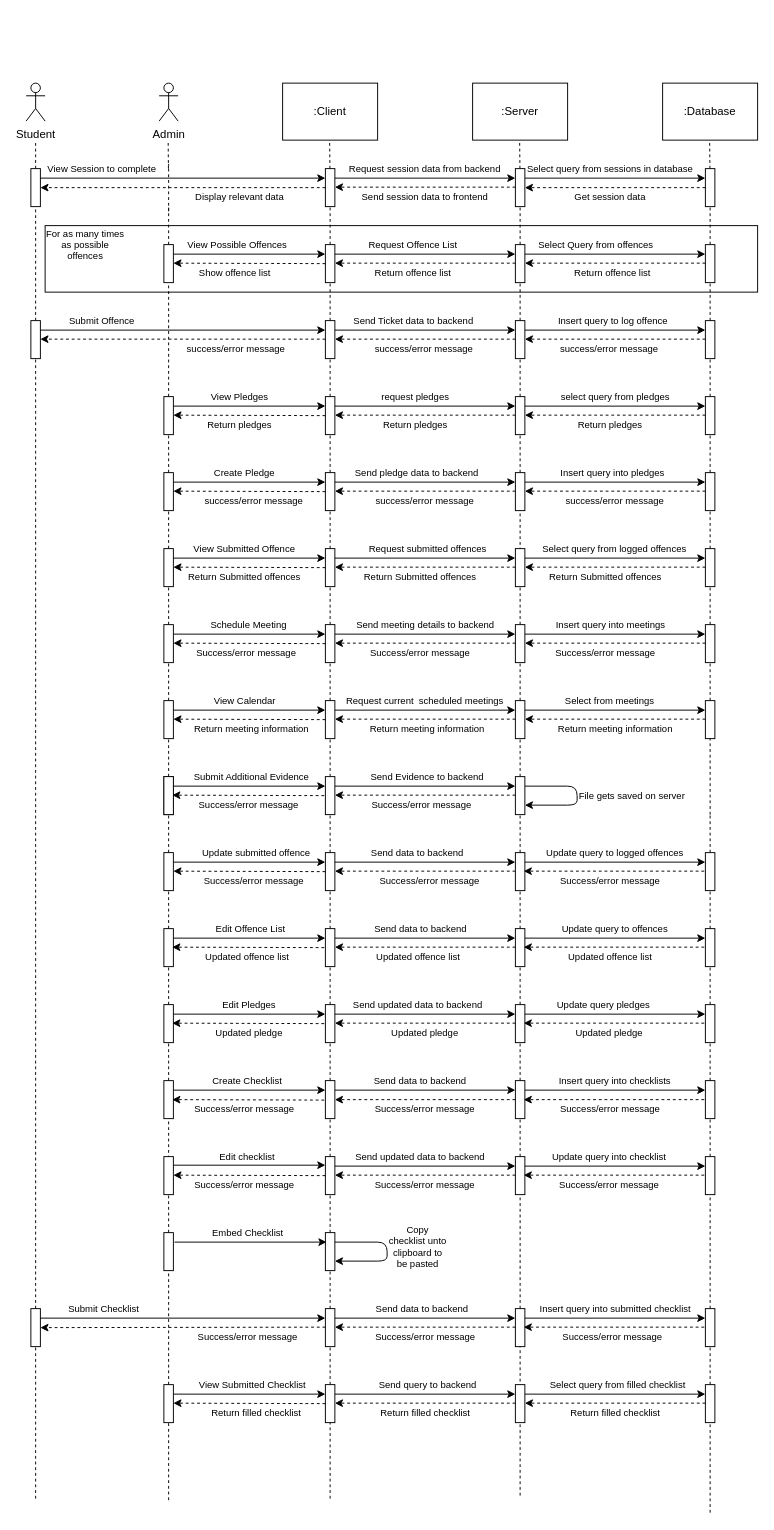
This is page "Sequence" (4 of 6) of ArchitectureDiagram.drawio from OOPS-2022/student_support_system, a draw.io file, before an edit. Source tidied: cells renumbered, new cells numbered last; positions are measured from the earlier drawing's top-left corner, leaving out a move shared by most shapes. Both pictures are drawn from the tidied source at 95%, with x=0, y=0 at pixel (26, 83).
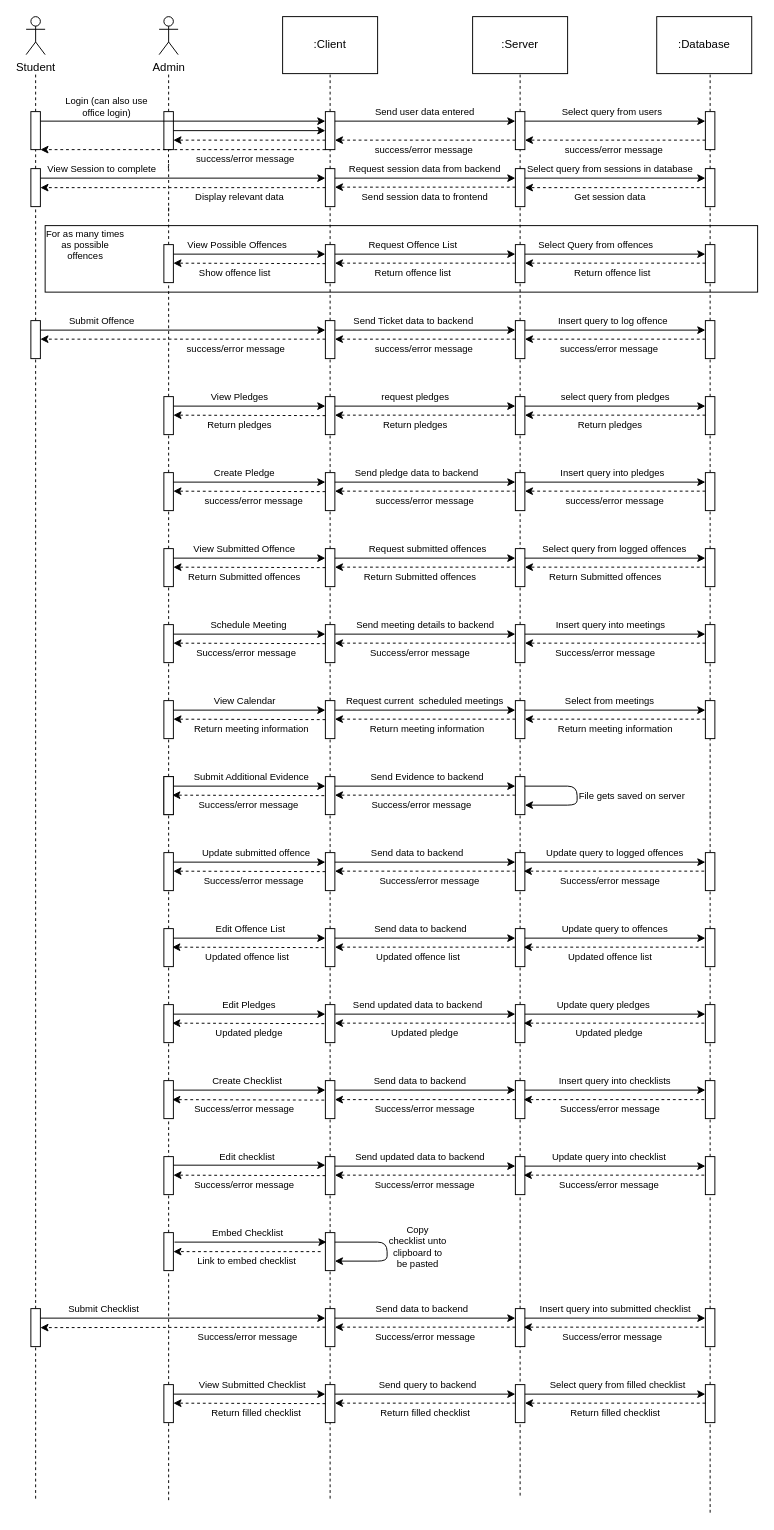
The same diagram, later.

Unchanged cells that the change refers to:
```xml
<mxCell id="13" style="rounded=0;whiteSpace=wrap;html=1;" parent="1" vertex="1">
  <mxGeometry x="5" y="90" width="10" height="40" as="geometry" />
</mxCell>
<mxCell id="16" style="rounded=0;whiteSpace=wrap;html=1;" parent="1" vertex="1">
  <mxGeometry x="315" y="90" width="10" height="40" as="geometry" />
</mxCell>
<mxCell id="18" style="rounded=0;whiteSpace=wrap;html=1;" parent="1" vertex="1">
  <mxGeometry x="515" y="90" width="10" height="40" as="geometry" />
</mxCell>
<mxCell id="20" style="rounded=0;whiteSpace=wrap;html=1;" parent="1" vertex="1">
  <mxGeometry x="715" y="90" width="10" height="40" as="geometry" />
</mxCell>
<mxCell id="292" style="rounded=0;whiteSpace=wrap;html=1;" parent="1" vertex="1">
  <mxGeometry x="145" y="1210" width="10" height="40" as="geometry" />
</mxCell>
```

What changed in the source:
```diff
@@
     <mxCell id="3" value="Student" style="shape=umlActor;verticalLabelPosition=bottom;verticalAlign=top;html=1;" parent="1" vertex="1">
-      <mxGeometry width="20" height="40" as="geometry" />
+      <mxGeometry y="-70" width="20" height="40" as="geometry" />
     </mxCell>
     <mxCell id="4" value="Admin" style="shape=umlActor;verticalLabelPosition=bottom;verticalAlign=top;html=1;" parent="1" vertex="1">
-      <mxGeometry x="140" width="20" height="40" as="geometry" />
+      <mxGeometry x="140" y="-70" width="20" height="40" as="geometry" />
     </mxCell>
     <mxCell id="5" value=":Client" style="rounded=0;whiteSpace=wrap;html=1;" parent="1" vertex="1">
-      <mxGeometry x="270" width="100" height="60" as="geometry" />
+      <mxGeometry x="270" y="-70" width="100" height="60" as="geometry" />
     </mxCell>
     <mxCell id="6" value=":Server" style="rounded=0;whiteSpace=wrap;html=1;" parent="1" vertex="1">
-      <mxGeometry x="470" width="100" height="60" as="geometry" />
+      <mxGeometry x="470" y="-70" width="100" height="60" as="geometry" />
     </mxCell>
     <mxCell id="7" value=":Database" style="rounded=0;whiteSpace=wrap;html=1;" parent="1" vertex="1">
-      <mxGeometry x="670" width="100" height="60" as="geometry" />
+      <mxGeometry x="663.8" y="-70" width="100" height="60" as="geometry" />
     </mxCell>
-    <mxCell id="8" style="endArrow=none;dashed=1;html=1;" parent="1" edge="1" source="13">
+    <mxCell id="8" style="endArrow=none;dashed=1;html=1;" parent="1" edge="1" source="342">
       <mxGeometry relative="1" as="geometry">
-        <mxPoint x="10" y="60" as="targetPoint" />
+        <mxPoint x="10" y="-10" as="targetPoint" />
       </mxGeometry>
     </mxCell>
-    <mxCell id="9" style="endArrow=none;dashed=1;html=1;" parent="1" edge="1">
+    <mxCell id="9" style="endArrow=none;dashed=1;html=1;" parent="1" edge="1" source="344">
       <mxGeometry relative="1" as="geometry">
-        <mxPoint x="149.8" y="90" as="sourcePoint" />
-        <mxPoint x="149.5" y="60" as="targetPoint" />
+        <mxPoint x="150" y="-10" as="targetPoint" />
       </mxGeometry>
     </mxCell>
-    <mxCell id="10" style="endArrow=none;dashed=1;html=1;" parent="1" edge="1" source="16">
+    <mxCell id="10" style="endArrow=none;dashed=1;html=1;" parent="1" edge="1" source="346">
       <mxGeometry relative="1" as="geometry">
-        <mxPoint x="319.5" y="60" as="targetPoint" />
+        <mxPoint x="320" y="-10" as="targetPoint" />
       </mxGeometry>
     </mxCell>
-    <mxCell id="11" style="endArrow=none;dashed=1;html=1;" parent="1" edge="1" source="18">
+    <mxCell id="11" style="endArrow=none;dashed=1;html=1;" parent="1" edge="1" source="348">
       <mxGeometry relative="1" as="geometry">
-        <mxPoint x="519.5" y="60" as="targetPoint" />
+        <mxPoint x="520" y="-10" as="targetPoint" />
       </mxGeometry>
     </mxCell>
-    <mxCell id="12" style="endArrow=none;dashed=1;html=1;" parent="1" edge="1" source="20">
+    <mxCell id="12" style="endArrow=none;dashed=1;html=1;" parent="1" edge="1" source="350">
       <mxGeometry relative="1" as="geometry">
-        <mxPoint x="719.5" y="60" as="targetPoint" />
+        <mxPoint x="720" y="-10" as="targetPoint" />
       </mxGeometry>
     </mxCell>
@@
+    <mxCell id="340" style="endArrow=classic;html=1;fontSize=10;entryX=1;entryY=0.5;entryDx=0;entryDy=0;dashed=1;" parent="1" edge="1" target="292">
+      <mxGeometry relative="1" as="geometry">
+        <mxPoint x="310" y="1230" as="sourcePoint" />
+      </mxGeometry>
+    </mxCell>
+    <mxCell id="341" value="Link to embed checklist" style="text;html=1;strokeColor=none;fillColor=none;align=center;verticalAlign=middle;whiteSpace=wrap;rounded=0;fontSize=10;" parent="1" vertex="1">
+      <mxGeometry x="176.2" y="1230" width="112.5" height="20" as="geometry" />
+    </mxCell>
+    <mxCell id="342" style="rounded=0;whiteSpace=wrap;html=1;" parent="1" vertex="1">
+      <mxGeometry x="5" y="30" width="10" height="40" as="geometry" />
+    </mxCell>
+    <mxCell id="343" style="endArrow=none;dashed=1;html=1;" parent="1" edge="1" source="13" target="342">
+      <mxGeometry relative="1" as="geometry" />
+    </mxCell>
+    <mxCell id="344" style="rounded=0;whiteSpace=wrap;html=1;" parent="1" vertex="1">
+      <mxGeometry x="145" y="30" width="10" height="40" as="geometry" />
+    </mxCell>
+    <mxCell id="345" style="endArrow=none;dashed=1;html=1;" parent="1" edge="1" target="344">
+      <mxGeometry relative="1" as="geometry">
+        <mxPoint x="149.8" y="90" as="sourcePoint" />
+      </mxGeometry>
+    </mxCell>
+    <mxCell id="346" style="rounded=0;whiteSpace=wrap;html=1;" parent="1" vertex="1">
+      <mxGeometry x="315" y="30" width="10" height="40" as="geometry" />
+    </mxCell>
+    <mxCell id="347" style="endArrow=none;dashed=1;html=1;" parent="1" edge="1" source="16" target="346">
+      <mxGeometry relative="1" as="geometry" />
+    </mxCell>
+    <mxCell id="348" style="rounded=0;whiteSpace=wrap;html=1;" parent="1" vertex="1">
+      <mxGeometry x="515" y="30" width="10" height="40" as="geometry" />
+    </mxCell>
+    <mxCell id="349" style="endArrow=none;dashed=1;html=1;" parent="1" edge="1" source="18" target="348">
+      <mxGeometry relative="1" as="geometry" />
+    </mxCell>
+    <mxCell id="350" style="rounded=0;whiteSpace=wrap;html=1;" parent="1" vertex="1">
+      <mxGeometry x="715" y="30" width="10" height="40" as="geometry" />
+    </mxCell>
+    <mxCell id="351" style="endArrow=none;dashed=1;html=1;" parent="1" edge="1" source="20" target="350">
+      <mxGeometry relative="1" as="geometry" />
+    </mxCell>
+    <mxCell id="352" style="endArrow=classic;html=1;entryX=0;entryY=0.25;entryDx=0;entryDy=0;exitX=1;exitY=0.25;exitDx=0;exitDy=0;" parent="1" edge="1" source="342" target="346">
+      <mxGeometry relative="1" as="geometry" />
+    </mxCell>
+    <mxCell id="353" style="endArrow=classic;html=1;exitX=1;exitY=0.5;exitDx=0;exitDy=0;entryX=0;entryY=0.5;entryDx=0;entryDy=0;" parent="1" edge="1" source="344" target="346">
+      <mxGeometry relative="1" as="geometry" />
+    </mxCell>
+    <mxCell id="354" style="endArrow=classic;html=1;exitX=1;exitY=0.25;exitDx=0;exitDy=0;entryX=0;entryY=0.25;entryDx=0;entryDy=0;" parent="1" edge="1" source="346" target="348">
+      <mxGeometry relative="1" as="geometry" />
+    </mxCell>
+    <mxCell id="355" style="endArrow=classic;html=1;exitX=1;exitY=0.25;exitDx=0;exitDy=0;entryX=0;entryY=0.25;entryDx=0;entryDy=0;" parent="1" edge="1" source="348" target="350">
+      <mxGeometry relative="1" as="geometry" />
+    </mxCell>
+    <mxCell id="356" style="endArrow=classic;html=1;exitX=0;exitY=1;exitDx=0;exitDy=0;entryX=1;entryY=1;entryDx=0;entryDy=0;dashed=1;" parent="1" edge="1" source="346" target="342">
+      <mxGeometry relative="1" as="geometry" />
+    </mxCell>
+    <mxCell id="357" style="endArrow=classic;html=1;exitX=0;exitY=0.75;exitDx=0;exitDy=0;entryX=1;entryY=0.75;entryDx=0;entryDy=0;dashed=1;" parent="1" edge="1" source="346">
+      <mxGeometry relative="1" as="geometry">
+        <mxPoint x="155" y="60" as="targetPoint" />
+      </mxGeometry>
+    </mxCell>
+    <mxCell id="358" style="endArrow=classic;html=1;exitX=0;exitY=0.75;exitDx=0;exitDy=0;entryX=1;entryY=0.75;entryDx=0;entryDy=0;dashed=1;" parent="1" edge="1" source="348">
+      <mxGeometry relative="1" as="geometry">
+        <mxPoint x="325" y="60" as="targetPoint" />
+      </mxGeometry>
+    </mxCell>
+    <mxCell id="359" style="endArrow=classic;html=1;exitX=0;exitY=0.75;exitDx=0;exitDy=0;entryX=1;entryY=0.75;entryDx=0;entryDy=0;dashed=1;" parent="1" edge="1" source="350">
+      <mxGeometry relative="1" as="geometry">
+        <mxPoint x="525" y="60" as="targetPoint" />
+      </mxGeometry>
+    </mxCell>
+    <mxCell id="360" value="Login (can also use office login)" style="text;html=1;strokeColor=none;fillColor=none;align=center;verticalAlign=middle;whiteSpace=wrap;rounded=0;fontSize=10;" parent="1" vertex="1">
+      <mxGeometry x="30" y="10" width="110" height="30" as="geometry" />
+    </mxCell>
+    <mxCell id="361" value="Send user data entered" style="text;html=1;strokeColor=none;fillColor=none;align=center;verticalAlign=middle;whiteSpace=wrap;rounded=0;fontSize=10;" parent="1" vertex="1">
+      <mxGeometry x="364.8" y="20" width="110.3" height="20" as="geometry" />
+    </mxCell>
+    <mxCell id="362" value="Select query from users" style="text;html=1;strokeColor=none;fillColor=none;align=center;verticalAlign=middle;whiteSpace=wrap;rounded=0;fontSize=10;" parent="1" vertex="1">
+      <mxGeometry x="562.2" y="20" width="110.3" height="20" as="geometry" />
+    </mxCell>
+    <mxCell id="363" value="success/error message&amp;nbsp;" style="text;html=1;strokeColor=none;fillColor=none;align=center;verticalAlign=middle;whiteSpace=wrap;rounded=0;fontSize=10;" parent="1" vertex="1">
+      <mxGeometry x="552.5" y="60" width="135" height="20" as="geometry" />
+    </mxCell>
+    <mxCell id="364" value="success/error message&amp;nbsp;" style="text;html=1;strokeColor=none;fillColor=none;align=center;verticalAlign=middle;whiteSpace=wrap;rounded=0;fontSize=10;" parent="1" vertex="1">
+      <mxGeometry x="352.5" y="60" width="135" height="20" as="geometry" />
+    </mxCell>
+    <mxCell id="365" value="success/error message&amp;nbsp;" style="text;html=1;strokeColor=none;fillColor=none;align=center;verticalAlign=middle;whiteSpace=wrap;rounded=0;fontSize=10;" parent="1" vertex="1">
+      <mxGeometry x="165" y="70" width="135" height="20" as="geometry" />
+    </mxCell>
```
